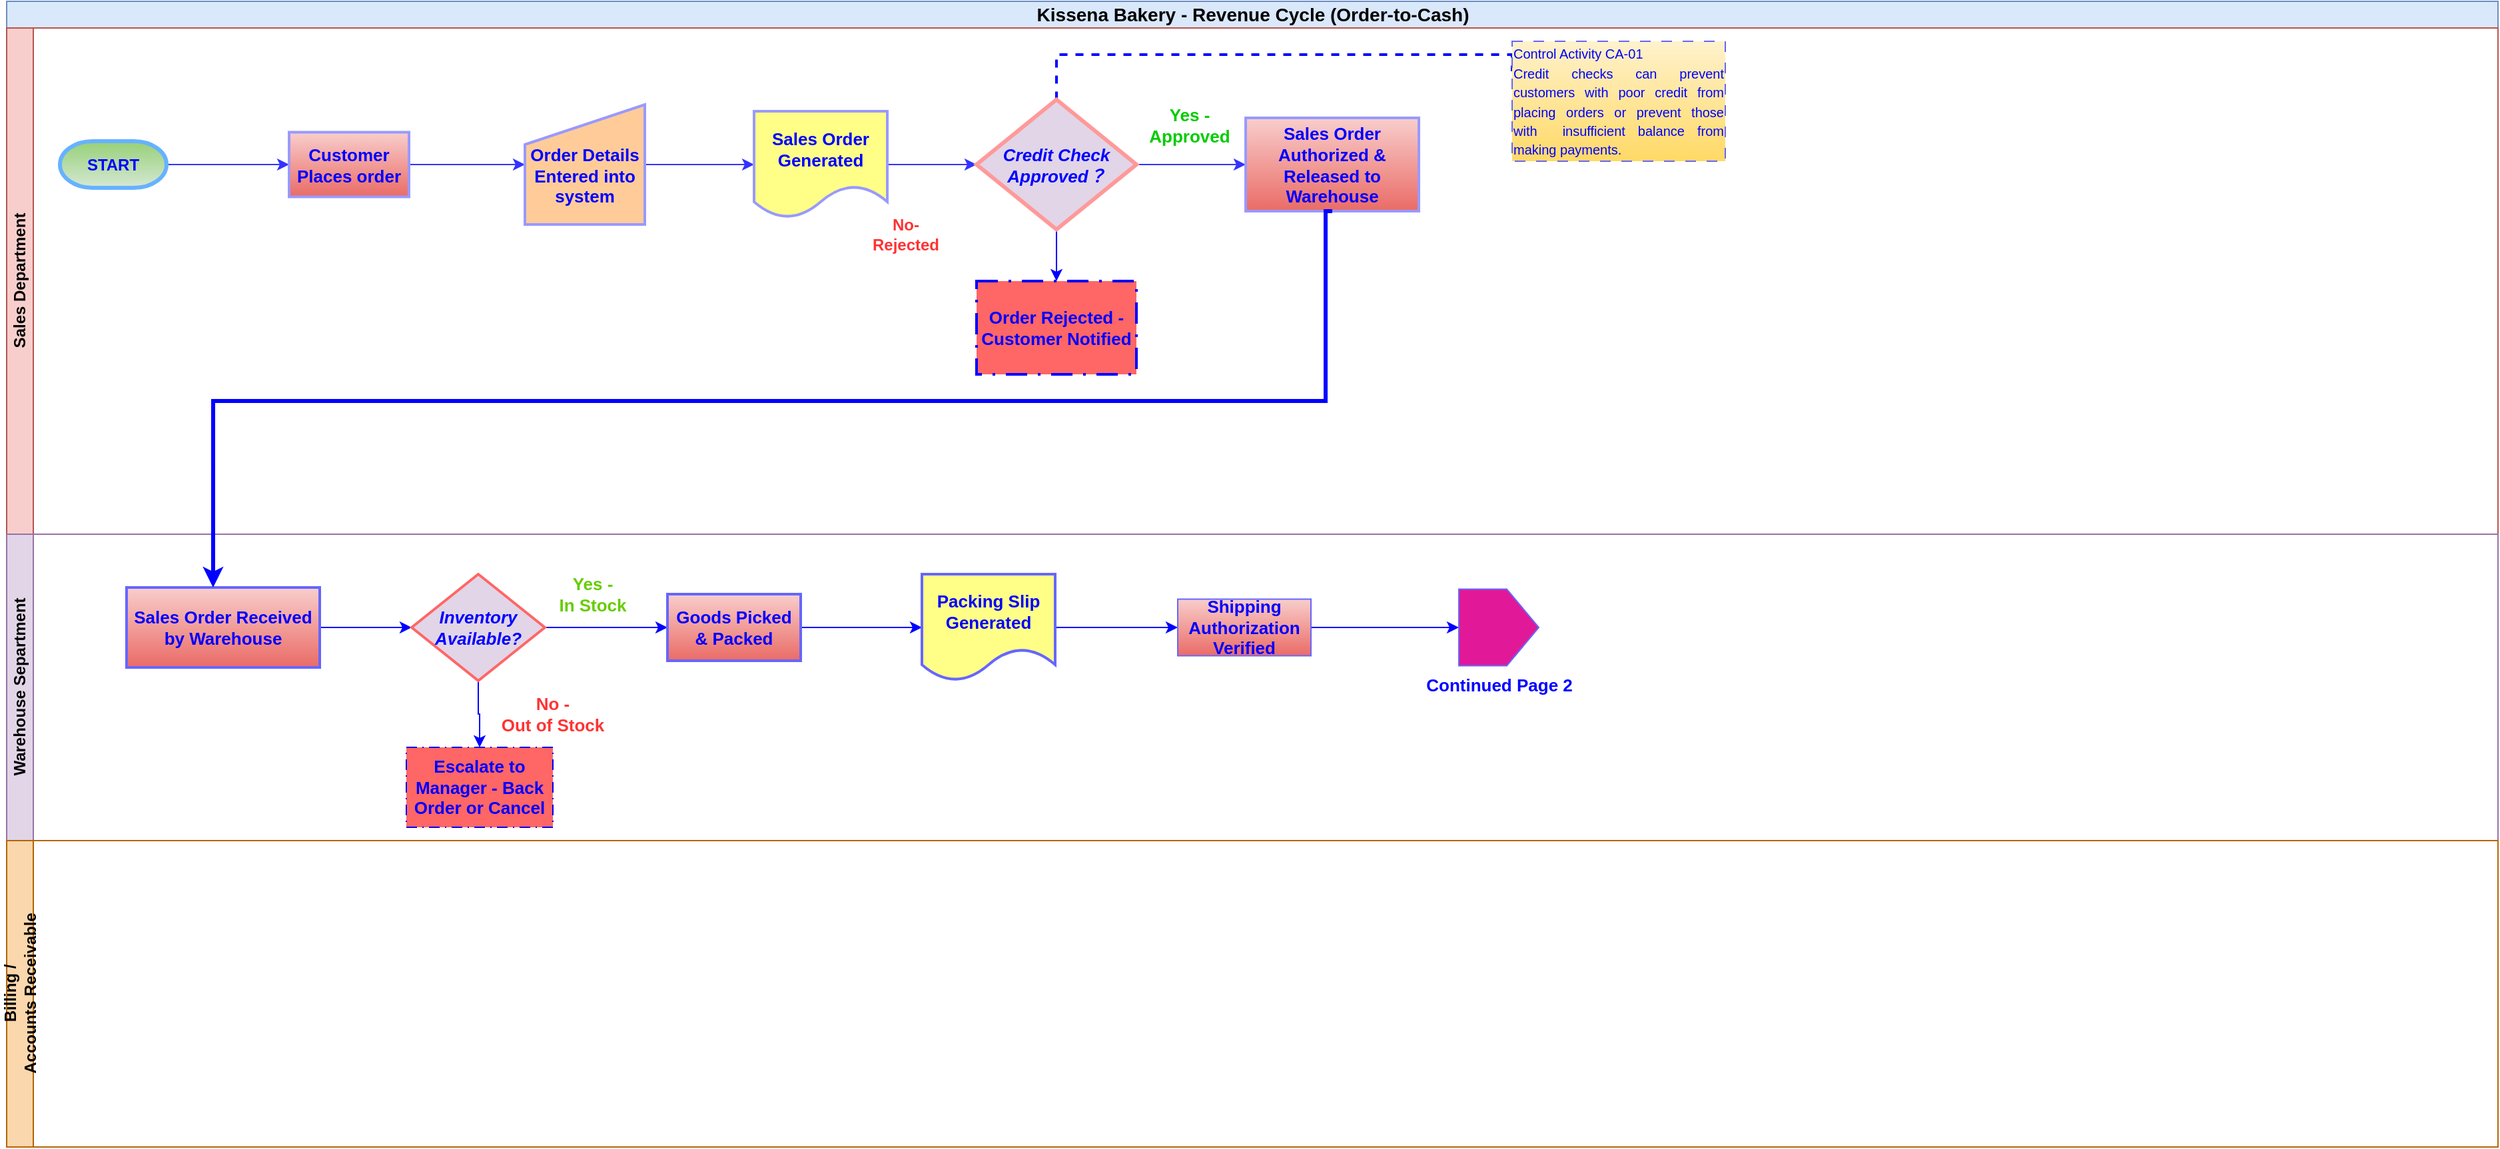
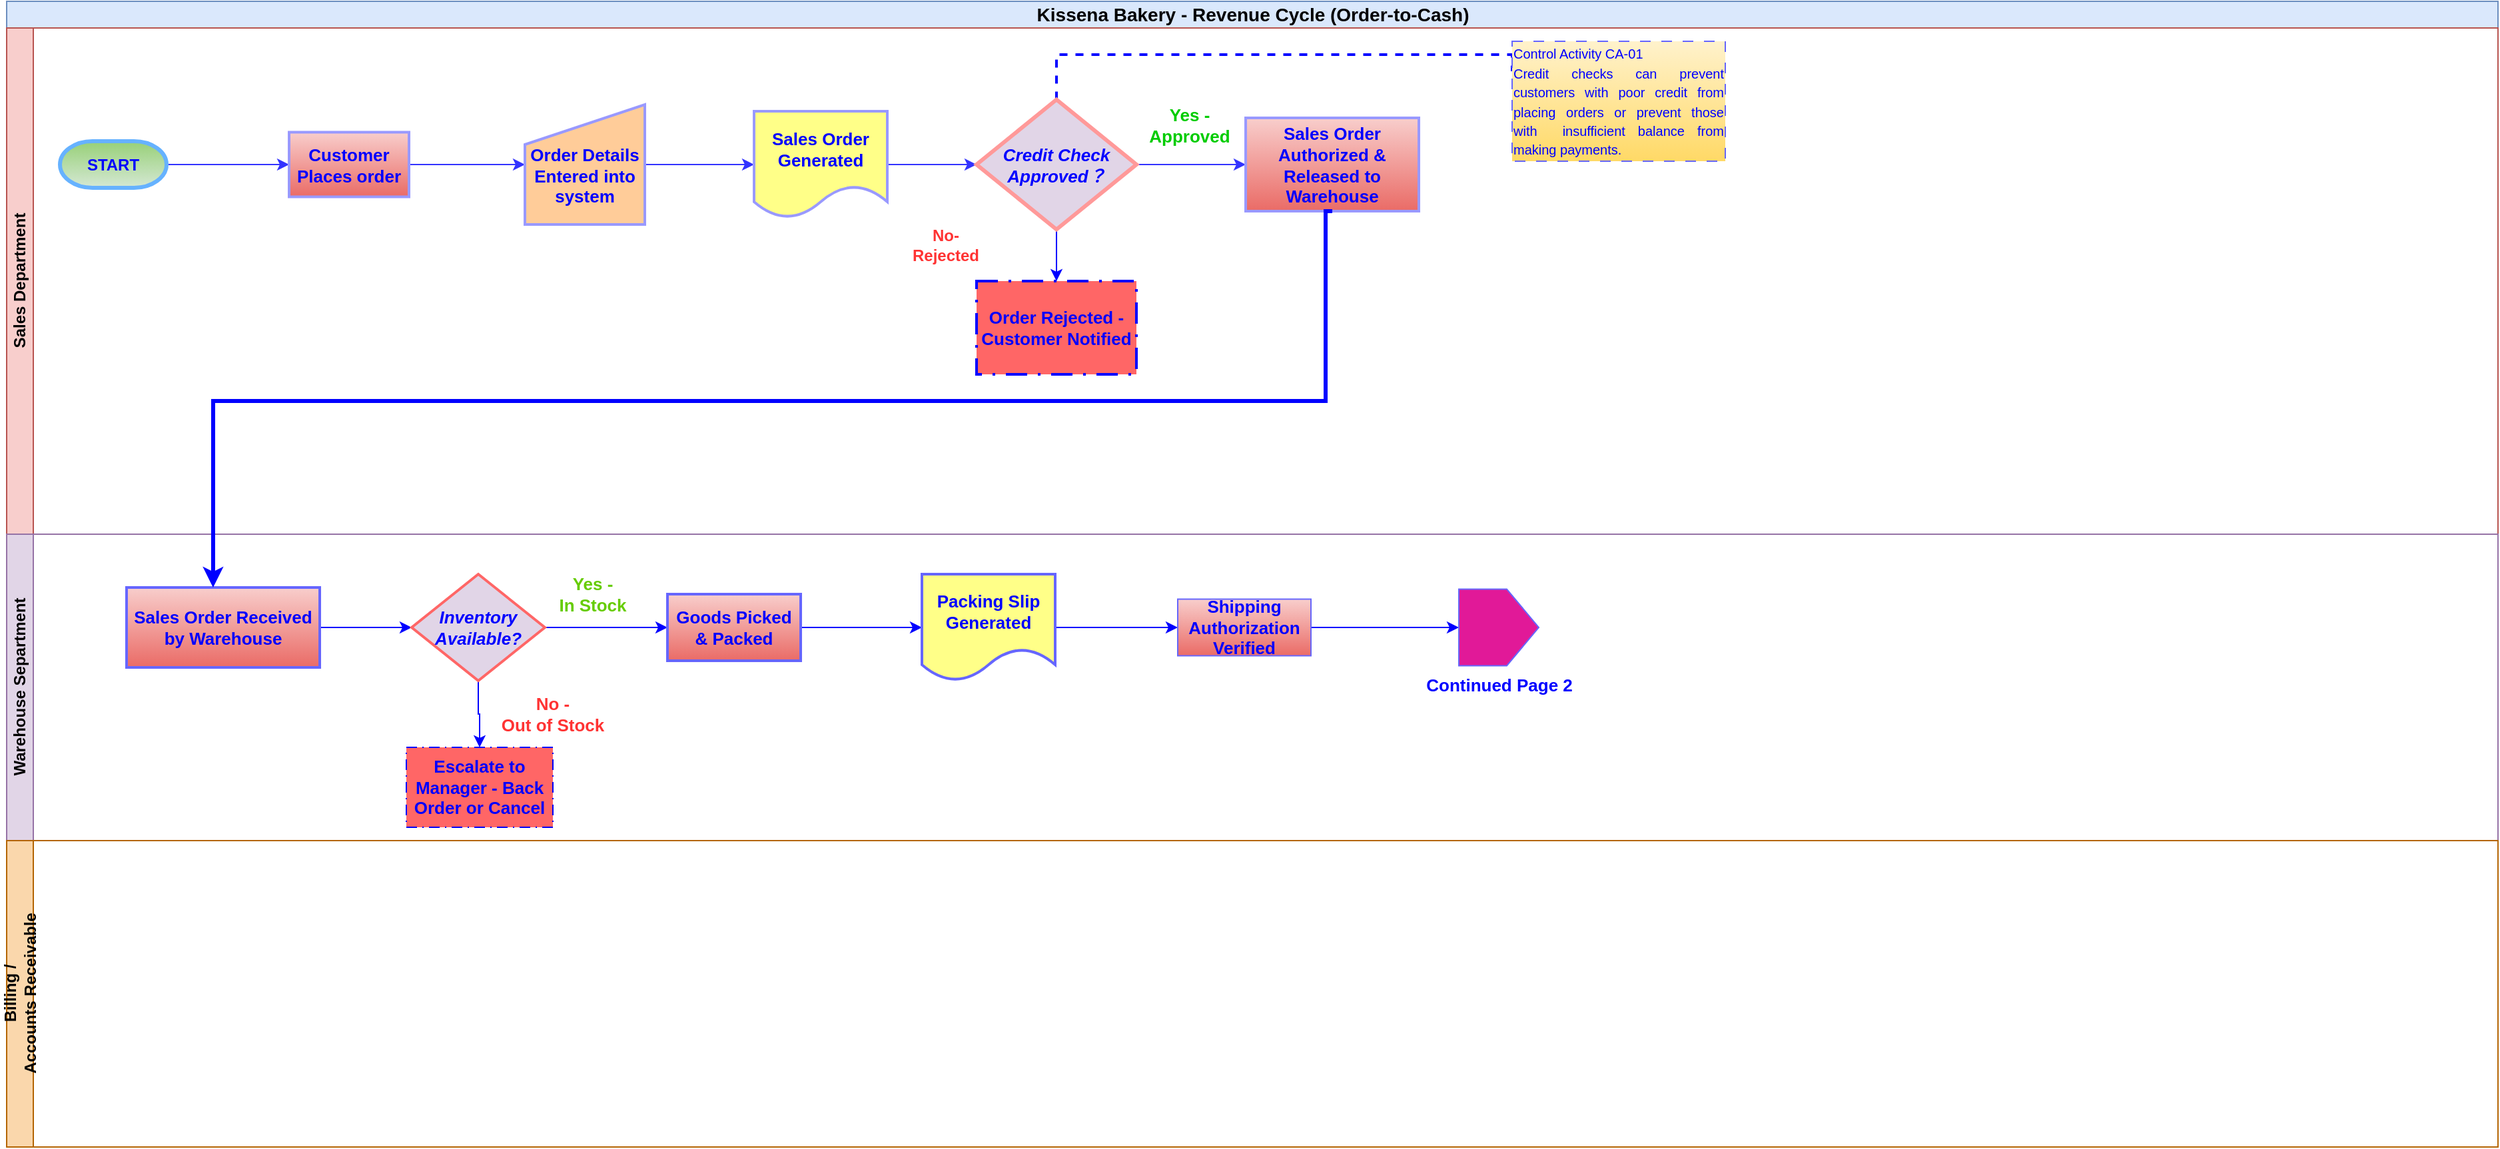
<mxfile host="app.diagrams.net" agent="Mozilla/5.0 (Windows NT 10.0; Win64; x64) AppleWebKit/537.36 (KHTML, like Gecko) Chrome/145.0.0.0 Safari/537.36" version="29.6.3" pages="2">
  <diagram name="Page-1" id="klMabU_GDppZGB9yFFRy">
-     <mxGraphModel dx="2583" dy="929" grid="1" gridSize="10" guides="1" tooltips="1" connect="1" arrows="1" fold="1" page="1" pageScale="1" pageWidth="1100" pageHeight="850" math="0" shadow="0">
+     <mxGraphModel dx="1379" dy="863" grid="1" gridSize="10" guides="1" tooltips="1" connect="1" arrows="1" fold="1" page="1" pageScale="1" pageWidth="1100" pageHeight="850" math="0" shadow="0">
      <root>
        <mxCell id="0" />
        <mxCell id="1" parent="0" />
        <mxCell id="0vQu63eh7_hz7IOFjZfk-1" parent="1" style="swimlane;childLayout=stackLayout;resizeParent=1;resizeParentMax=0;horizontal=1;startSize=20;horizontalStack=0;html=1;fillColor=#dae8fc;strokeColor=#6c8ebf;" value="&lt;div style=&quot;text-align: start;&quot;&gt;&lt;font style=&quot;font-size: 14px;&quot;&gt;Kissena Bakery - Revenue Cycle (Order-to-Cash)&lt;/font&gt;&lt;/div&gt;" vertex="1">
          <mxGeometry height="20" width="1870" x="80" y="30" as="geometry" />
        </mxCell>
        <mxCell id="0vQu63eh7_hz7IOFjZfk-2" parent="1" style="swimlane;startSize=20;horizontal=0;html=1;fillColor=#f8cecc;strokeColor=#b85450;" value="Sales Department" vertex="1">
          <mxGeometry height="380" width="1870" x="80" y="50" as="geometry">
            <mxRectangle height="30" width="610" y="20" as="alternateBounds" />
          </mxGeometry>
        </mxCell>
        <mxCell id="0vQu63eh7_hz7IOFjZfk-43" edge="1" parent="0vQu63eh7_hz7IOFjZfk-2" source="0vQu63eh7_hz7IOFjZfk-10" style="edgeStyle=orthogonalEdgeStyle;rounded=0;orthogonalLoop=1;jettySize=auto;html=1;exitX=0;exitY=0.5;exitDx=0;exitDy=0;exitPerimeter=0;entryX=0;entryY=0.5;entryDx=0;entryDy=0;strokeColor=#3333FF;" target="0vQu63eh7_hz7IOFjZfk-15">
          <mxGeometry relative="1" as="geometry" />
        </mxCell>
        <mxCell id="0vQu63eh7_hz7IOFjZfk-10" parent="0vQu63eh7_hz7IOFjZfk-2" style="strokeWidth=3;html=1;shape=mxgraph.flowchart.terminator;whiteSpace=wrap;direction=west;fillColor=#d5e8d4;gradientColor=#97d077;strokeColor=#66B2FF;" value="&lt;b&gt;&lt;font style=&quot;color: rgb(0, 0, 255);&quot;&gt;START&lt;/font&gt;&lt;/b&gt;" vertex="1">
          <mxGeometry height="35" width="80" x="40" y="85" as="geometry" />
        </mxCell>
        <mxCell id="46-Umk2mzS9Czotzx1H9-2" edge="1" parent="0vQu63eh7_hz7IOFjZfk-2" source="0vQu63eh7_hz7IOFjZfk-15" style="edgeStyle=orthogonalEdgeStyle;rounded=0;orthogonalLoop=1;jettySize=auto;html=1;exitX=1;exitY=0.5;exitDx=0;exitDy=0;entryX=0;entryY=0.5;entryDx=0;entryDy=0;strokeColor=#3333FF;" target="0vQu63eh7_hz7IOFjZfk-20">
          <mxGeometry relative="1" as="geometry" />
        </mxCell>
        <mxCell id="0vQu63eh7_hz7IOFjZfk-15" parent="0vQu63eh7_hz7IOFjZfk-2" style="html=1;dashed=0;whiteSpace=wrap;strokeWidth=2;fillColor=#f8cecc;strokeColor=#9999FF;gradientColor=#ea6b66;" value="&lt;font style=&quot;font-size: 13px; color: rgb(0, 0, 255);&quot;&gt;&lt;b style=&quot;&quot;&gt;Customer Places order&lt;/b&gt;&lt;/font&gt;" vertex="1">
          <mxGeometry height="48.5" width="90" x="212" y="78.25" as="geometry" />
        </mxCell>
        <mxCell id="46-Umk2mzS9Czotzx1H9-3" edge="1" parent="0vQu63eh7_hz7IOFjZfk-2" source="0vQu63eh7_hz7IOFjZfk-20" style="edgeStyle=orthogonalEdgeStyle;rounded=0;orthogonalLoop=1;jettySize=auto;html=1;exitX=1;exitY=0.5;exitDx=0;exitDy=0;entryX=0;entryY=0.5;entryDx=0;entryDy=0;strokeColor=#3333FF;" target="0vQu63eh7_hz7IOFjZfk-30">
          <mxGeometry relative="1" as="geometry" />
        </mxCell>
        <mxCell id="0vQu63eh7_hz7IOFjZfk-20" parent="0vQu63eh7_hz7IOFjZfk-2" style="shape=manualInput;whiteSpace=wrap;html=1;align=center;fillColor=#ffcc99;strokeColor=#9999FF;strokeWidth=2;" value="&lt;div style=&quot;&quot;&gt;&lt;span style=&quot;background-color: transparent;&quot;&gt;&lt;b style=&quot;&quot;&gt;&lt;font style=&quot;font-size: 13px; color: rgb(0, 0, 255);&quot;&gt;&lt;br&gt;&lt;/font&gt;&lt;/b&gt;&lt;/span&gt;&lt;/div&gt;&lt;div style=&quot;&quot;&gt;&lt;span style=&quot;background-color: transparent;&quot;&gt;&lt;b style=&quot;&quot;&gt;&lt;font style=&quot;font-size: 13px; color: rgb(0, 0, 255);&quot;&gt;Order Details Entered into system&lt;/font&gt;&lt;/b&gt;&lt;/span&gt;&lt;/div&gt;" vertex="1">
          <mxGeometry height="90" width="90" x="389" y="57.5" as="geometry" />
        </mxCell>
        <mxCell id="0vQu63eh7_hz7IOFjZfk-35" edge="1" parent="0vQu63eh7_hz7IOFjZfk-2" style="edgeStyle=orthogonalEdgeStyle;rounded=0;orthogonalLoop=1;jettySize=auto;html=1;exitX=0;exitY=0.5;exitDx=0;exitDy=0;">
          <mxGeometry relative="1" as="geometry">
            <mxPoint x="410" y="105" as="sourcePoint" />
            <mxPoint x="410" y="105" as="targetPoint" />
          </mxGeometry>
        </mxCell>
        <mxCell id="46-Umk2mzS9Czotzx1H9-4" edge="1" parent="0vQu63eh7_hz7IOFjZfk-2" source="0vQu63eh7_hz7IOFjZfk-30" style="edgeStyle=orthogonalEdgeStyle;rounded=0;orthogonalLoop=1;jettySize=auto;html=1;exitX=1;exitY=0.5;exitDx=0;exitDy=0;entryX=0;entryY=0.5;entryDx=0;entryDy=0;strokeColor=#3333FF;" target="0vQu63eh7_hz7IOFjZfk-34">
          <mxGeometry relative="1" as="geometry" />
        </mxCell>
        <mxCell id="0vQu63eh7_hz7IOFjZfk-30" parent="0vQu63eh7_hz7IOFjZfk-2" style="shape=document;whiteSpace=wrap;html=1;boundedLbl=1;strokeWidth=2;fillColor=#ffff88;strokeColor=#9999FF;" value="&lt;font style=&quot;font-size: 13px; color: rgb(0, 0, 255);&quot;&gt;&lt;b&gt;Sales Order Generated&lt;/b&gt;&lt;/font&gt;" vertex="1">
          <mxGeometry height="80" width="100" x="561" y="62.5" as="geometry" />
        </mxCell>
        <mxCell id="pGH0SQg9JUakCyH8bkGQ-28" edge="1" parent="0vQu63eh7_hz7IOFjZfk-2" source="0vQu63eh7_hz7IOFjZfk-34" style="edgeStyle=orthogonalEdgeStyle;rounded=0;orthogonalLoop=1;jettySize=auto;html=1;exitX=0.5;exitY=0;exitDx=0;exitDy=0;entryX=0;entryY=0.25;entryDx=0;entryDy=0;endArrow=none;endFill=0;dashed=1;strokeWidth=2;strokeColor=#0000FF;" target="pGH0SQg9JUakCyH8bkGQ-23">
          <mxGeometry relative="1" as="geometry">
            <Array as="points">
              <mxPoint x="788" y="20" />
              <mxPoint x="1130" y="20" />
            </Array>
          </mxGeometry>
        </mxCell>
        <mxCell id="DywWvH4VDf4e1SjyT3sU-2" edge="1" parent="0vQu63eh7_hz7IOFjZfk-2" source="0vQu63eh7_hz7IOFjZfk-34" style="edgeStyle=orthogonalEdgeStyle;rounded=0;orthogonalLoop=1;jettySize=auto;html=1;exitX=0.5;exitY=1;exitDx=0;exitDy=0;entryX=0.5;entryY=0;entryDx=0;entryDy=0;strokeColor=#0000FF;" target="0vQu63eh7_hz7IOFjZfk-65">
          <mxGeometry relative="1" as="geometry" />
        </mxCell>
        <mxCell id="46-Umk2mzS9Czotzx1H9-5" edge="1" parent="0vQu63eh7_hz7IOFjZfk-2" source="0vQu63eh7_hz7IOFjZfk-34" style="edgeStyle=orthogonalEdgeStyle;rounded=0;orthogonalLoop=1;jettySize=auto;html=1;exitX=1;exitY=0.5;exitDx=0;exitDy=0;entryX=0;entryY=0.5;entryDx=0;entryDy=0;strokeColor=#3333FF;" target="0vQu63eh7_hz7IOFjZfk-67">
          <mxGeometry relative="1" as="geometry" />
        </mxCell>
        <mxCell id="0vQu63eh7_hz7IOFjZfk-34" parent="0vQu63eh7_hz7IOFjZfk-2" style="rhombus;whiteSpace=wrap;html=1;fillColor=#e1d5e7;strokeColor=#FF9999;strokeWidth=3;" value="&lt;font style=&quot;font-size: 13px; color: rgb(0, 0, 255);&quot;&gt;&lt;b&gt;&lt;i&gt;Credit Check Approved？&lt;/i&gt;&lt;/b&gt;&lt;/font&gt;" vertex="1">
          <mxGeometry height="97.5" width="120" x="728" y="53.75" as="geometry" />
        </mxCell>
        <mxCell id="0vQu63eh7_hz7IOFjZfk-60" parent="0vQu63eh7_hz7IOFjZfk-2" style="text;html=1;whiteSpace=wrap;strokeColor=none;fillColor=none;align=center;verticalAlign=middle;rounded=0;fontColor=#00CC00;" value="&lt;font style=&quot;font-size: 13px;&quot;&gt;&lt;b style=&quot;&quot;&gt;Yes - Approved&lt;/b&gt;&lt;/font&gt;" vertex="1">
          <mxGeometry height="30" width="80" x="848" y="57.5" as="geometry" />
        </mxCell>
        <mxCell id="0vQu63eh7_hz7IOFjZfk-65" parent="0vQu63eh7_hz7IOFjZfk-2" style="html=1;dashed=1;whiteSpace=wrap;strokeWidth=2;fillColor=light-dark(#FF6666,#FF3333);strokeColor=#0000FF;fontColor=#ffffff;fontStyle=1;dashPattern=8 4 1 4;" value="&lt;font style=&quot;font-size: 13px; color: rgb(0, 0, 255);&quot;&gt;Order Rejected - Customer Notified&lt;/font&gt;" vertex="1">
          <mxGeometry height="70" width="120" x="728" y="190" as="geometry" />
        </mxCell>
        <mxCell id="0vQu63eh7_hz7IOFjZfk-67" parent="0vQu63eh7_hz7IOFjZfk-2" style="html=1;dashed=0;whiteSpace=wrap;fillColor=#f8cecc;gradientColor=#ea6b66;strokeColor=#9999FF;strokeWidth=2;" value="&lt;font style=&quot;font-size: 13px; color: rgb(0, 0, 255);&quot;&gt;&lt;b&gt;Sales Order Authorized &amp;amp; Released to Warehouse&lt;/b&gt;&lt;/font&gt;" vertex="1">
          <mxGeometry height="70" width="130" x="930" y="67.5" as="geometry" />
        </mxCell>
        <mxCell id="pGH0SQg9JUakCyH8bkGQ-23" parent="0vQu63eh7_hz7IOFjZfk-2" style="html=1;dashed=1;whiteSpace=wrap;dashPattern=8 8;fillColor=#fff2cc;gradientColor=#ffd966;strokeColor=light-dark(#6666FF,#6D5100);strokeWidth=1;" value="&lt;div style=&quot;text-align: justify;&quot;&gt;&lt;span style=&quot;font-size: 10px; background-color: transparent;&quot;&gt;&lt;font style=&quot;color: rgb(0, 0, 255);&quot;&gt;Control Activity&amp;nbsp;CA-01&lt;/font&gt;&lt;/span&gt;&lt;/div&gt;&lt;font style=&quot;color: rgb(0, 0, 255);&quot;&gt;&lt;div style=&quot;text-align: justify;&quot;&gt;&lt;span style=&quot;font-size: 10px; background-color: transparent;&quot;&gt;Credit checks can prevent customers with poor credit from placing orders or prevent those with&amp;nbsp; insufficient balance from making payments.&lt;/span&gt;&lt;/div&gt;&lt;/font&gt;" vertex="1">
          <mxGeometry height="90" width="160" x="1130" y="10" as="geometry" />
        </mxCell>
        <mxCell id="DywWvH4VDf4e1SjyT3sU-3" parent="0vQu63eh7_hz7IOFjZfk-2" style="text;html=1;whiteSpace=wrap;strokeColor=none;fillColor=none;align=center;verticalAlign=middle;rounded=0;fontSize=12;fontStyle=1;fontColor=#FF3333;" value="&lt;span&gt;&lt;font style=&quot;&quot;&gt;No-Rejected&lt;/font&gt;&lt;/span&gt;" vertex="1">
-           <mxGeometry height="30" width="70" x="640" y="140" as="geometry" />
+           <mxGeometry height="30" width="70" x="670" y="147.5" as="geometry" />
        </mxCell>
        <mxCell id="0vQu63eh7_hz7IOFjZfk-3" parent="1" style="swimlane;startSize=20;horizontal=0;html=1;fillColor=#e1d5e7;strokeColor=#9673a6;" value="Warehouse Separtment" vertex="1">
          <mxGeometry height="230" width="1870" x="80" y="430" as="geometry" />
        </mxCell>
        <mxCell id="pGH0SQg9JUakCyH8bkGQ-32" edge="1" parent="0vQu63eh7_hz7IOFjZfk-3" source="0vQu63eh7_hz7IOFjZfk-73" style="edgeStyle=orthogonalEdgeStyle;rounded=0;orthogonalLoop=1;jettySize=auto;html=1;exitX=1;exitY=0.5;exitDx=0;exitDy=0;entryX=0;entryY=0.5;entryDx=0;entryDy=0;strokeColor=#0000FF;" target="0vQu63eh7_hz7IOFjZfk-92">
          <mxGeometry relative="1" as="geometry" />
        </mxCell>
        <mxCell id="0vQu63eh7_hz7IOFjZfk-73" parent="0vQu63eh7_hz7IOFjZfk-3" style="html=1;dashed=0;whiteSpace=wrap;fillColor=#f8cecc;gradientColor=#ea6b66;strokeColor=#6666FF;strokeWidth=2;" value="&lt;font style=&quot;font-size: 13px; color: rgb(0, 0, 255);&quot;&gt;&lt;b&gt;Sales Order Received by Warehouse&lt;/b&gt;&lt;/font&gt;" vertex="1">
          <mxGeometry height="60" width="145" x="90" y="40" as="geometry" />
        </mxCell>
        <mxCell id="pGH0SQg9JUakCyH8bkGQ-31" edge="1" parent="0vQu63eh7_hz7IOFjZfk-3" source="0vQu63eh7_hz7IOFjZfk-92" style="edgeStyle=orthogonalEdgeStyle;rounded=0;orthogonalLoop=1;jettySize=auto;html=1;exitX=1;exitY=0.5;exitDx=0;exitDy=0;entryX=0;entryY=0.5;entryDx=0;entryDy=0;strokeColor=#0000FF;" target="0vQu63eh7_hz7IOFjZfk-106">
          <mxGeometry relative="1" as="geometry" />
        </mxCell>
        <mxCell id="pGH0SQg9JUakCyH8bkGQ-34" edge="1" parent="0vQu63eh7_hz7IOFjZfk-3" source="0vQu63eh7_hz7IOFjZfk-92" style="edgeStyle=orthogonalEdgeStyle;rounded=0;orthogonalLoop=1;jettySize=auto;html=1;exitX=0.5;exitY=1;exitDx=0;exitDy=0;entryX=0.5;entryY=0;entryDx=0;entryDy=0;strokeColor=#0000FF;" target="0vQu63eh7_hz7IOFjZfk-96">
          <mxGeometry relative="1" as="geometry" />
        </mxCell>
        <mxCell id="0vQu63eh7_hz7IOFjZfk-92" parent="0vQu63eh7_hz7IOFjZfk-3" style="rhombus;whiteSpace=wrap;html=1;fillColor=#e1d5e7;strokeColor=light-dark(#FF6666,#FF3333);strokeWidth=2;" value="&lt;font style=&quot;font-size: 13px; color: rgb(0, 0, 255);&quot;&gt;&lt;b&gt;&lt;i&gt;Inventory Available?&lt;/i&gt;&lt;/b&gt;&lt;/font&gt;" vertex="1">
          <mxGeometry height="80" width="100" x="304" y="30" as="geometry" />
        </mxCell>
        <mxCell id="0vQu63eh7_hz7IOFjZfk-96" parent="0vQu63eh7_hz7IOFjZfk-3" style="html=1;dashed=1;whiteSpace=wrap;fillColor=#FF6666;strokeColor=#0000FF;fontColor=#ffffff;dashPattern=8 4 1 4;" value="&lt;b&gt;&lt;font style=&quot;font-size: 13px; color: rgb(0, 0, 255);&quot;&gt;Escalate to Manager - Back Order or Cancel&lt;/font&gt;&lt;/b&gt;" vertex="1">
          <mxGeometry height="60" width="110" x="300" y="160" as="geometry" />
        </mxCell>
        <mxCell id="46-Umk2mzS9Czotzx1H9-6" edge="1" parent="0vQu63eh7_hz7IOFjZfk-3" source="0vQu63eh7_hz7IOFjZfk-106" style="edgeStyle=orthogonalEdgeStyle;rounded=0;orthogonalLoop=1;jettySize=auto;html=1;exitX=1;exitY=0.5;exitDx=0;exitDy=0;entryX=0;entryY=0.5;entryDx=0;entryDy=0;strokeColor=#0000FF;" target="0vQu63eh7_hz7IOFjZfk-110">
          <mxGeometry relative="1" as="geometry" />
        </mxCell>
        <mxCell id="0vQu63eh7_hz7IOFjZfk-106" parent="0vQu63eh7_hz7IOFjZfk-3" style="html=1;dashed=0;whiteSpace=wrap;strokeWidth=2;fillColor=#f8cecc;gradientColor=#ea6b66;strokeColor=#6666FF;" value="&lt;font style=&quot;font-size: 13px; color: rgb(0, 0, 255);&quot;&gt;&lt;b&gt;Goods Picked &amp;amp; Packed&lt;/b&gt;&lt;/font&gt;" vertex="1">
          <mxGeometry height="50" width="100" x="496" y="45" as="geometry" />
        </mxCell>
        <mxCell id="46-Umk2mzS9Czotzx1H9-8" edge="1" parent="0vQu63eh7_hz7IOFjZfk-3" source="0vQu63eh7_hz7IOFjZfk-110" style="edgeStyle=orthogonalEdgeStyle;rounded=0;orthogonalLoop=1;jettySize=auto;html=1;exitX=1;exitY=0.5;exitDx=0;exitDy=0;entryX=0;entryY=0.5;entryDx=0;entryDy=0;strokeColor=#0000FF;" target="0vQu63eh7_hz7IOFjZfk-112">
          <mxGeometry relative="1" as="geometry" />
        </mxCell>
        <mxCell id="0vQu63eh7_hz7IOFjZfk-110" parent="0vQu63eh7_hz7IOFjZfk-3" style="shape=document;whiteSpace=wrap;html=1;boundedLbl=1;strokeWidth=2;fillColor=#ffff88;strokeColor=#6666FF;" value="&lt;font style=&quot;font-size: 13px; color: rgb(0, 0, 255);&quot;&gt;&lt;b&gt;Packing Slip Generated&lt;/b&gt;&lt;/font&gt;" vertex="1">
          <mxGeometry height="80" width="100" x="687" y="30" as="geometry" />
        </mxCell>
        <mxCell id="46-Umk2mzS9Czotzx1H9-9" edge="1" parent="0vQu63eh7_hz7IOFjZfk-3" source="0vQu63eh7_hz7IOFjZfk-112" style="edgeStyle=orthogonalEdgeStyle;rounded=0;orthogonalLoop=1;jettySize=auto;html=1;exitX=1;exitY=0.5;exitDx=0;exitDy=0;entryX=0.5;entryY=0;entryDx=0;entryDy=0;strokeColor=#0000FF;" target="0vQu63eh7_hz7IOFjZfk-126">
          <mxGeometry relative="1" as="geometry" />
        </mxCell>
        <mxCell id="0vQu63eh7_hz7IOFjZfk-112" parent="0vQu63eh7_hz7IOFjZfk-3" style="html=1;dashed=0;whiteSpace=wrap;strokeColor=#6666FF;fillColor=#f8cecc;gradientColor=#ea6b66;fontStyle=1" value="&lt;font style=&quot;font-size: 13px; color: rgb(0, 0, 255);&quot;&gt;Shipping Authorization Verified&lt;/font&gt;" vertex="1">
          <mxGeometry height="42.5" width="100" x="879" y="48.75" as="geometry" />
        </mxCell>
        <mxCell id="0vQu63eh7_hz7IOFjZfk-98" parent="0vQu63eh7_hz7IOFjZfk-3" style="text;html=1;whiteSpace=wrap;strokeColor=none;fillColor=none;align=center;verticalAlign=middle;rounded=0;fontColor=#FF3333;" value="&lt;font style=&quot;font-size: 13px;&quot;&gt;&lt;b&gt;No - &lt;br&gt;Out of Stock&lt;/b&gt;&lt;/font&gt;" vertex="1">
          <mxGeometry height="30" width="80" x="370" y="120" as="geometry" />
        </mxCell>
        <mxCell id="0vQu63eh7_hz7IOFjZfk-126" parent="0vQu63eh7_hz7IOFjZfk-3" style="verticalLabelPosition=bottom;verticalAlign=top;html=1;shape=offPageConnector;rounded=0;size=0.4;fillColor=light-dark(#e11998, #ededed);direction=north;strokeColor=#6666FF;" value="&lt;font style=&quot;font-size: 13px; color: rgb(0, 0, 255);&quot;&gt;&lt;b&gt;Continued Page 2&lt;/b&gt;&lt;/font&gt;" vertex="1">
          <mxGeometry height="57.5" width="60" x="1090" y="41.25" as="geometry" />
        </mxCell>
        <mxCell id="0vQu63eh7_hz7IOFjZfk-86" edge="1" parent="1" source="0vQu63eh7_hz7IOFjZfk-67" style="edgeStyle=orthogonalEdgeStyle;rounded=0;orthogonalLoop=1;jettySize=auto;html=1;exitX=0.5;exitY=1;exitDx=0;exitDy=0;entryX=0.448;entryY=0;entryDx=0;entryDy=0;entryPerimeter=0;fontColor=#0000CC;strokeColor=#0000FF;strokeWidth=3;" target="0vQu63eh7_hz7IOFjZfk-73">
          <mxGeometry relative="1" as="geometry">
            <Array as="points">
              <mxPoint x="1070" y="187" />
              <mxPoint x="1070" y="330" />
              <mxPoint x="235" y="330" />
            </Array>
          </mxGeometry>
        </mxCell>
        <mxCell id="0vQu63eh7_hz7IOFjZfk-4" parent="1" style="swimlane;startSize=20;horizontal=0;html=1;fillColor=#fad7ac;strokeColor=#b46504;" value="Billing /&lt;br&gt;Accounts Receivable" vertex="1">
          <mxGeometry height="230" width="1870" x="80" y="660" as="geometry">
            <mxRectangle height="30" width="500" y="310" as="alternateBounds" />
          </mxGeometry>
        </mxCell>
        <mxCell id="46-Umk2mzS9Czotzx1H9-12" parent="1" style="text;html=1;whiteSpace=wrap;strokeColor=none;fillColor=none;align=center;verticalAlign=middle;rounded=0;" value="&lt;b style=&quot;color: rgb(102, 204, 0);&quot;&gt;&lt;font style=&quot;font-size: 13px;&quot;&gt;Yes -&lt;br&gt;In Stock&lt;/font&gt;&lt;/b&gt;" vertex="1">
          <mxGeometry height="30" width="80" x="480" y="460" as="geometry" />
        </mxCell>
      </root>
    </mxGraphModel>
  </diagram>
  <diagram id="ZDdy4ylPSpOC2Ge6VpiW" name="Page-2">
    <mxGraphModel dx="1103" dy="690" grid="1" gridSize="10" guides="1" tooltips="1" connect="1" arrows="1" fold="1" page="1" pageScale="1" pageWidth="1100" pageHeight="850" math="0" shadow="0">
      <root>
        <mxCell id="0" />
        <mxCell id="1" parent="0" />
        <mxCell id="_GW_QHAqRueJzuYdTQVs-1" parent="1" style="swimlane;startSize=20;horizontal=0;html=1;fillColor=#e1d5e7;strokeColor=#9673a6;" value="Warehouse Separtment" vertex="1">
          <mxGeometry height="270" width="1330" x="110" y="150" as="geometry" />
        </mxCell>
        <mxCell id="NPzT6j0T7aDQ1cg_r_by-1" edge="1" parent="_GW_QHAqRueJzuYdTQVs-1" source="_GW_QHAqRueJzuYdTQVs-14" style="edgeStyle=orthogonalEdgeStyle;rounded=0;orthogonalLoop=1;jettySize=auto;html=1;exitX=0.5;exitY=1;exitDx=0;exitDy=0;entryX=0;entryY=0.5;entryDx=0;entryDy=0;strokeColor=#0000FF;" target="JTW380UVqBL9k5zzlviH-1">
          <mxGeometry relative="1" as="geometry" />
        </mxCell>
        <mxCell id="_GW_QHAqRueJzuYdTQVs-14" parent="_GW_QHAqRueJzuYdTQVs-1" style="verticalLabelPosition=bottom;verticalAlign=top;html=1;shape=offPageConnector;rounded=0;size=0.36363636363636365;fillColor=light-dark(#e11998, #ededed);direction=north;strokeColor=#6666FF;" value="&lt;font style=&quot;font-size: 13px; color: rgb(0, 0, 255);&quot;&gt;&lt;b&gt;Continued Page 2&lt;/b&gt;&lt;/font&gt;" vertex="1">
          <mxGeometry height="60" width="70" x="70" y="70" as="geometry" />
        </mxCell>
        <mxCell id="JTW380UVqBL9k5zzlviH-1" parent="_GW_QHAqRueJzuYdTQVs-1" style="html=1;dashed=0;whiteSpace=wrap;fillColor=#f8cecc;gradientColor=#ea6b66;strokeColor=#6666FF;" value="&lt;font style=&quot;font-size: 13px; color: rgb(0, 0, 255);&quot;&gt;&lt;b&gt;Goods Dispatched to Customer&lt;/b&gt;&lt;/font&gt;" vertex="1">
          <mxGeometry height="50" width="100" x="220" y="75" as="geometry" />
        </mxCell>
        <mxCell id="VSqCA1LAcqbEIX1a-AIG-1" parent="1" style="swimlane;startSize=20;horizontal=0;html=1;whiteSpace=wrap;fillColor=#ffcc99;strokeColor=#36393d;" value="&lt;span style=&quot;text-wrap-mode: nowrap;&quot;&gt;Billing /&lt;/span&gt;&lt;br style=&quot;text-wrap-mode: nowrap;&quot;&gt;&lt;span style=&quot;text-wrap-mode: nowrap;&quot;&gt;Accounts Receivable&lt;/span&gt;" vertex="1">
          <mxGeometry height="170" width="1330" x="110" y="420" as="geometry" />
        </mxCell>
        <mxCell id="2IOCe_ZcG10jMQKezpJ2-1" parent="VSqCA1LAcqbEIX1a-AIG-1" style="html=1;dashed=0;whiteSpace=wrap;strokeWidth=2;fillColor=#f8cecc;gradientColor=#ea6b66;strokeColor=#6666FF;" value="&lt;b&gt;&lt;font style=&quot;font-size: 13px; color: rgb(0, 0, 255);&quot;&gt;Dispatch Confirmation Received&lt;/font&gt;&lt;/b&gt;" vertex="1">
          <mxGeometry height="50" width="100" x="50" y="50" as="geometry" />
        </mxCell>
        <mxCell id="2IOCe_ZcG10jMQKezpJ2-2" parent="VSqCA1LAcqbEIX1a-AIG-1" style="shape=document;whiteSpace=wrap;html=1;boundedLbl=1;fillColor=#ffff88;strokeColor=#6666FF;strokeWidth=2;" value="&lt;font style=&quot;font-size: 13px; color: rgb(0, 0, 255);&quot;&gt;&lt;b&gt;Invoice Generated &amp;amp; Sent to Customer&lt;/b&gt;&lt;/font&gt;" vertex="1">
          <mxGeometry height="80" width="120" x="220" y="40" as="geometry" />
        </mxCell>
        <mxCell id="dAGMuh-EUK1Y8pTE6-PC-1" edge="1" parent="VSqCA1LAcqbEIX1a-AIG-1" source="2IOCe_ZcG10jMQKezpJ2-1" style="edgeStyle=orthogonalEdgeStyle;rounded=0;orthogonalLoop=1;jettySize=auto;html=1;exitX=1;exitY=0.5;exitDx=0;exitDy=0;entryX=0.083;entryY=0.438;entryDx=0;entryDy=0;entryPerimeter=0;strokeColor=#0000FF;" target="2IOCe_ZcG10jMQKezpJ2-2">
          <mxGeometry relative="1" as="geometry" />
        </mxCell>
        <mxCell id="NPzT6j0T7aDQ1cg_r_by-2" edge="1" parent="VSqCA1LAcqbEIX1a-AIG-1" source="dAGMuh-EUK1Y8pTE6-PC-2" style="edgeStyle=orthogonalEdgeStyle;rounded=0;orthogonalLoop=1;jettySize=auto;html=1;exitX=1;exitY=0.5;exitDx=0;exitDy=0;entryX=0;entryY=0.5;entryDx=0;entryDy=0;strokeColor=#0000FF;" target="dAGMuh-EUK1Y8pTE6-PC-4">
          <mxGeometry relative="1" as="geometry" />
        </mxCell>
        <mxCell id="dAGMuh-EUK1Y8pTE6-PC-2" parent="VSqCA1LAcqbEIX1a-AIG-1" style="html=1;dashed=0;whiteSpace=wrap;strokeWidth=2;fillColor=#f8cecc;gradientColor=#ea6b66;strokeColor=#6666FF;" value="&lt;b&gt;&lt;font style=&quot;font-size: 13px; color: rgb(0, 0, 255);&quot;&gt;Payment Received from Customer&lt;/font&gt;&lt;/b&gt;" vertex="1">
          <mxGeometry height="50" width="110" x="420" y="50" as="geometry" />
        </mxCell>
        <mxCell id="dAGMuh-EUK1Y8pTE6-PC-3" edge="1" parent="VSqCA1LAcqbEIX1a-AIG-1" source="2IOCe_ZcG10jMQKezpJ2-2" style="edgeStyle=orthogonalEdgeStyle;rounded=0;orthogonalLoop=1;jettySize=auto;html=1;exitX=1;exitY=0.5;exitDx=0;exitDy=0;entryX=0.1;entryY=0.6;entryDx=0;entryDy=0;entryPerimeter=0;strokeColor=#0000FF;" target="dAGMuh-EUK1Y8pTE6-PC-2">
          <mxGeometry relative="1" as="geometry" />
        </mxCell>
        <mxCell id="NPzT6j0T7aDQ1cg_r_by-4" edge="1" parent="VSqCA1LAcqbEIX1a-AIG-1" source="dAGMuh-EUK1Y8pTE6-PC-4" style="edgeStyle=orthogonalEdgeStyle;rounded=0;orthogonalLoop=1;jettySize=auto;html=1;exitX=1;exitY=0.5;exitDx=0;exitDy=0;entryX=0;entryY=0.5;entryDx=0;entryDy=0;strokeColor=#0000FF;" target="dAGMuh-EUK1Y8pTE6-PC-6">
          <mxGeometry relative="1" as="geometry" />
        </mxCell>
        <mxCell id="dAGMuh-EUK1Y8pTE6-PC-4" parent="VSqCA1LAcqbEIX1a-AIG-1" style="shape=document;whiteSpace=wrap;html=1;boundedLbl=1;fillColor=#ffff88;strokeColor=#6666FF;strokeWidth=2;" value="&lt;font style=&quot;font-size: 13px; color: rgb(0, 0, 255);&quot;&gt;&lt;b&gt;Remittance Advice Recorded&lt;/b&gt;&lt;/font&gt;" vertex="1">
          <mxGeometry height="75" width="110" x="610" y="37.5" as="geometry" />
        </mxCell>
        <mxCell id="dAGMuh-EUK1Y8pTE6-PC-6" parent="VSqCA1LAcqbEIX1a-AIG-1" style="html=1;dashed=0;whiteSpace=wrap;strokeWidth=2;fillColor=#f8cecc;gradientColor=#ea6b66;strokeColor=#6666FF;" value="&lt;b&gt;&lt;font style=&quot;font-size: 13px; color: rgb(0, 0, 255);&quot;&gt;Cash Posted to Accounts Receivable&lt;/font&gt;&lt;/b&gt;" vertex="1">
          <mxGeometry height="50" width="110" x="800" y="50" as="geometry" />
        </mxCell>
        <mxCell id="dAGMuh-EUK1Y8pTE6-PC-8" parent="VSqCA1LAcqbEIX1a-AIG-1" style="strokeWidth=2;html=1;shape=mxgraph.flowchart.terminator;whiteSpace=wrap;fillColor=#d5e8d4;gradientColor=#97d077;strokeColor=#66B2FF;" value="&lt;font style=&quot;font-size: 13px; color: rgb(0, 0, 255);&quot;&gt;&lt;b&gt;END&lt;/b&gt;&lt;/font&gt;" vertex="1">
          <mxGeometry height="45" width="90" x="980" y="50" as="geometry" />
        </mxCell>
        <mxCell id="dAGMuh-EUK1Y8pTE6-PC-9" edge="1" parent="VSqCA1LAcqbEIX1a-AIG-1" source="dAGMuh-EUK1Y8pTE6-PC-6" style="edgeStyle=orthogonalEdgeStyle;rounded=0;orthogonalLoop=1;jettySize=auto;html=1;exitX=1;exitY=0.5;exitDx=0;exitDy=0;entryX=0.111;entryY=0.556;entryDx=0;entryDy=0;entryPerimeter=0;strokeColor=#0000FF;" target="dAGMuh-EUK1Y8pTE6-PC-8">
          <mxGeometry relative="1" as="geometry" />
        </mxCell>
        <mxCell id="dAGMuh-EUK1Y8pTE6-PC-10" edge="1" parent="1" source="JTW380UVqBL9k5zzlviH-1" style="edgeStyle=orthogonalEdgeStyle;rounded=0;orthogonalLoop=1;jettySize=auto;html=1;exitX=0.5;exitY=1;exitDx=0;exitDy=0;entryX=0.5;entryY=0;entryDx=0;entryDy=0;strokeColor=#0000FF;strokeWidth=3;" target="2IOCe_ZcG10jMQKezpJ2-1">
          <mxGeometry relative="1" as="geometry" />
        </mxCell>
      </root>
    </mxGraphModel>
  </diagram>
</mxfile>
